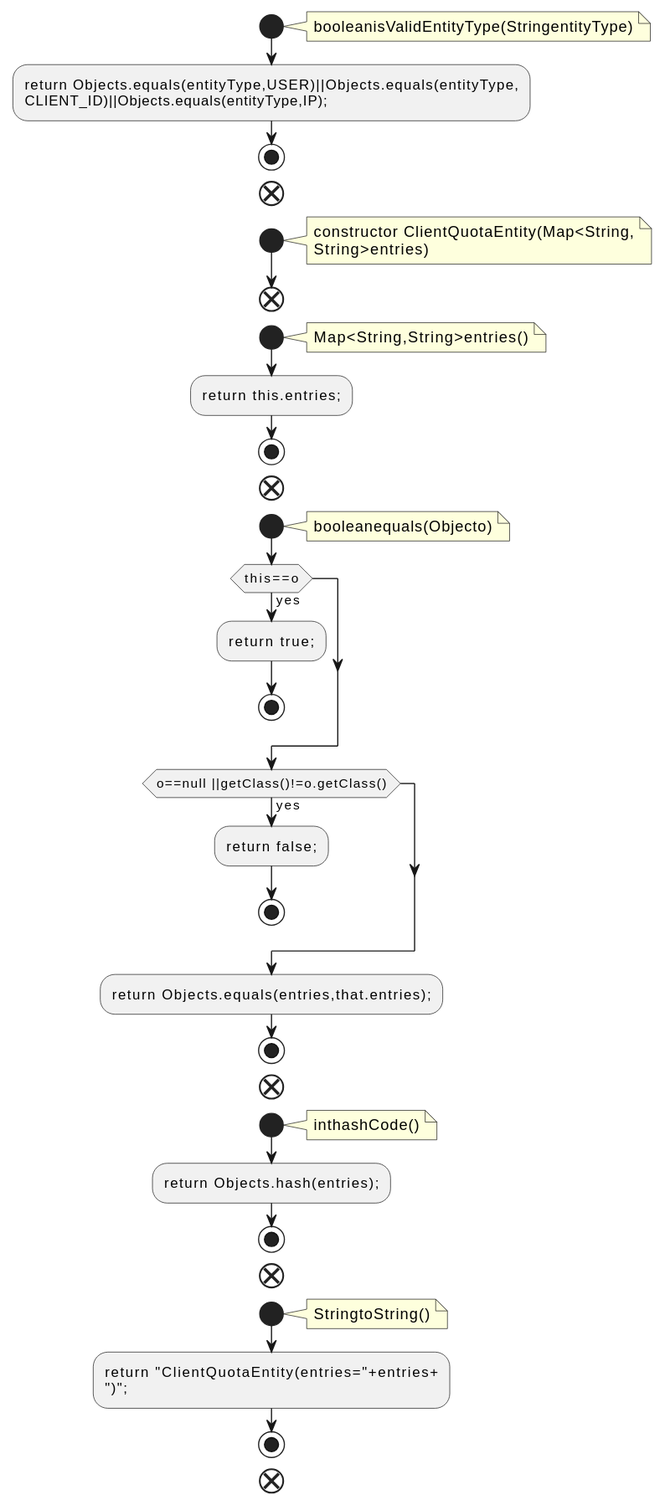
Before: docs/qc/clients/src/main/java/org/apache/kafka/common/quota/ClientQuotaEntity.java.fct.svg, a diagram exported from PlantUML (qualitesys/kafka).
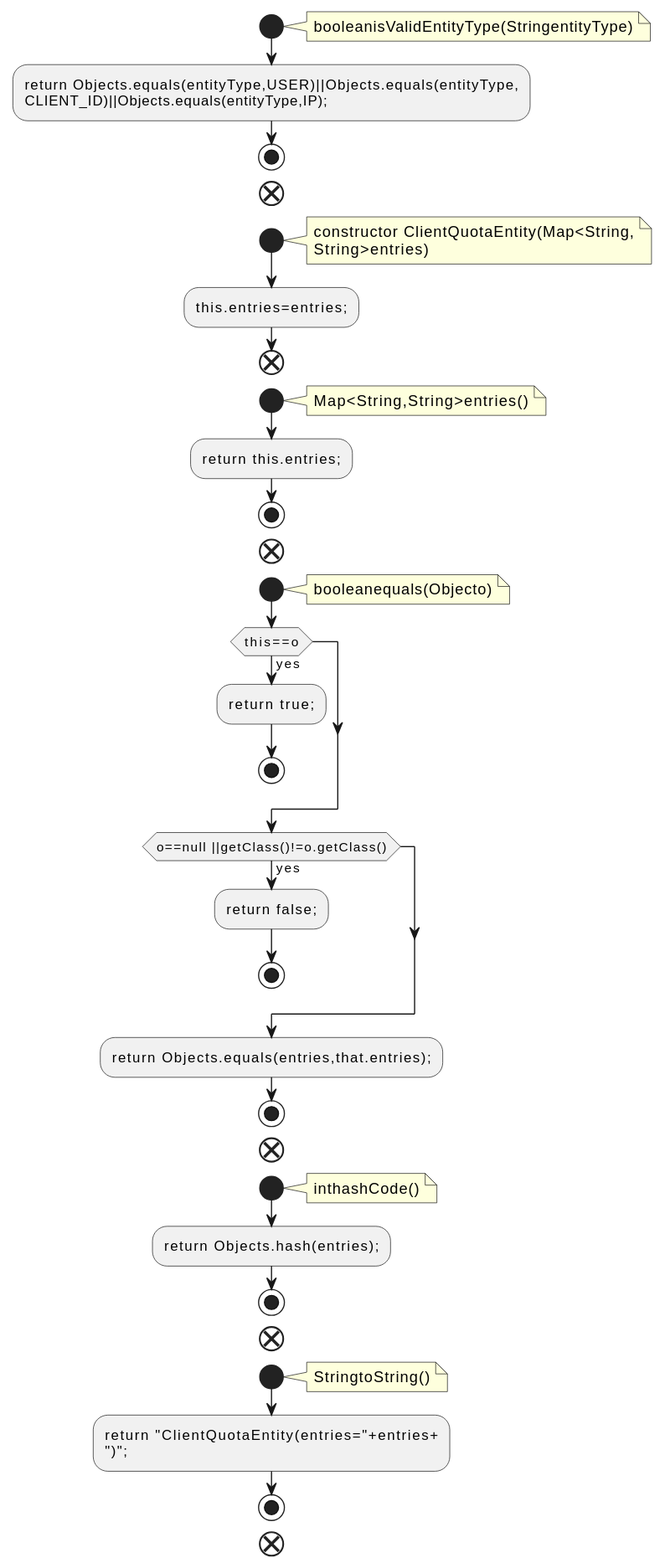
The same file after the commit.

Change to the diagram source:
```diff
@@ -13,6 +13,7 @@
 constructor ClientQuotaEntity(Map<String,
 String>entries)
 end note
+:this.entries=entries;;
 end
 start
 note right
```
